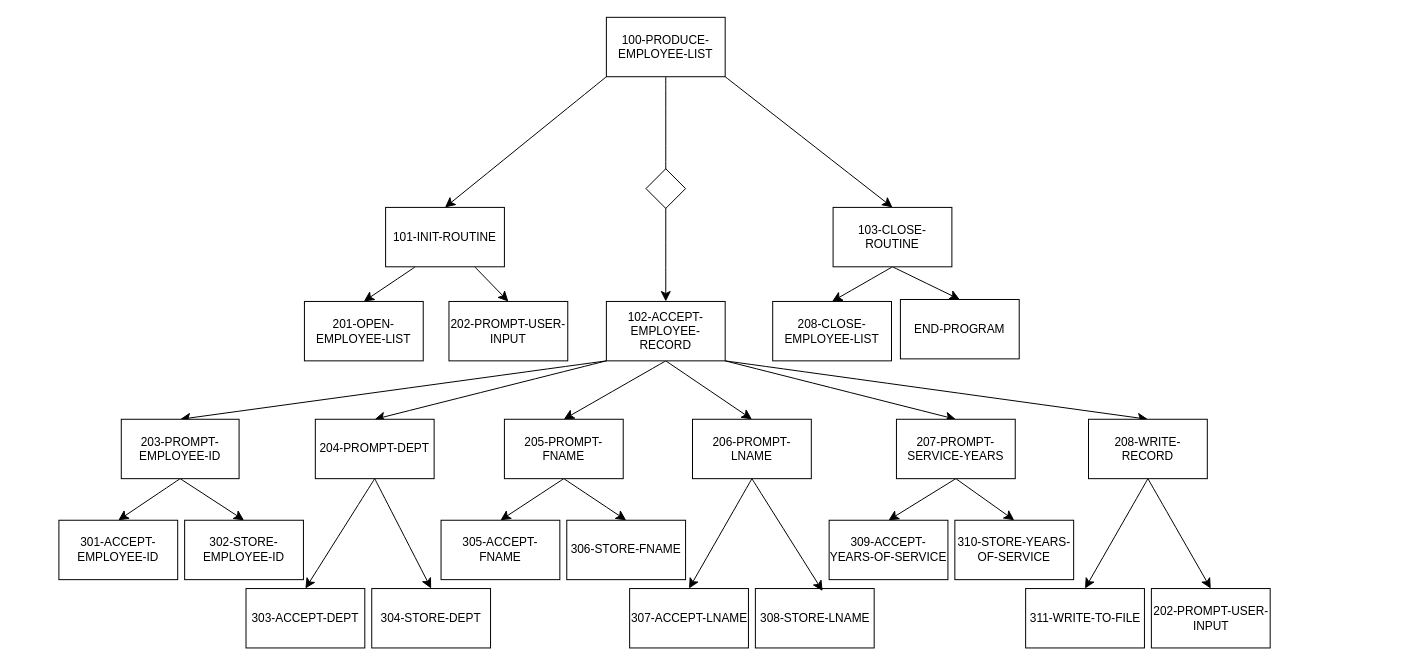
Earlier version of the draw.io diagram Assignment1 - charts.drawio (Wild-Things/Cobol-Flowcharts-a1). Source tidied: cells renumbered, new cells numbered last; positions are measured from the earlier drawing's top-left corner, leaving out a move shared by most shapes. Both pictures are drawn from the tidied source at 99%, with x=0, y=0 at pixel (58, 17).
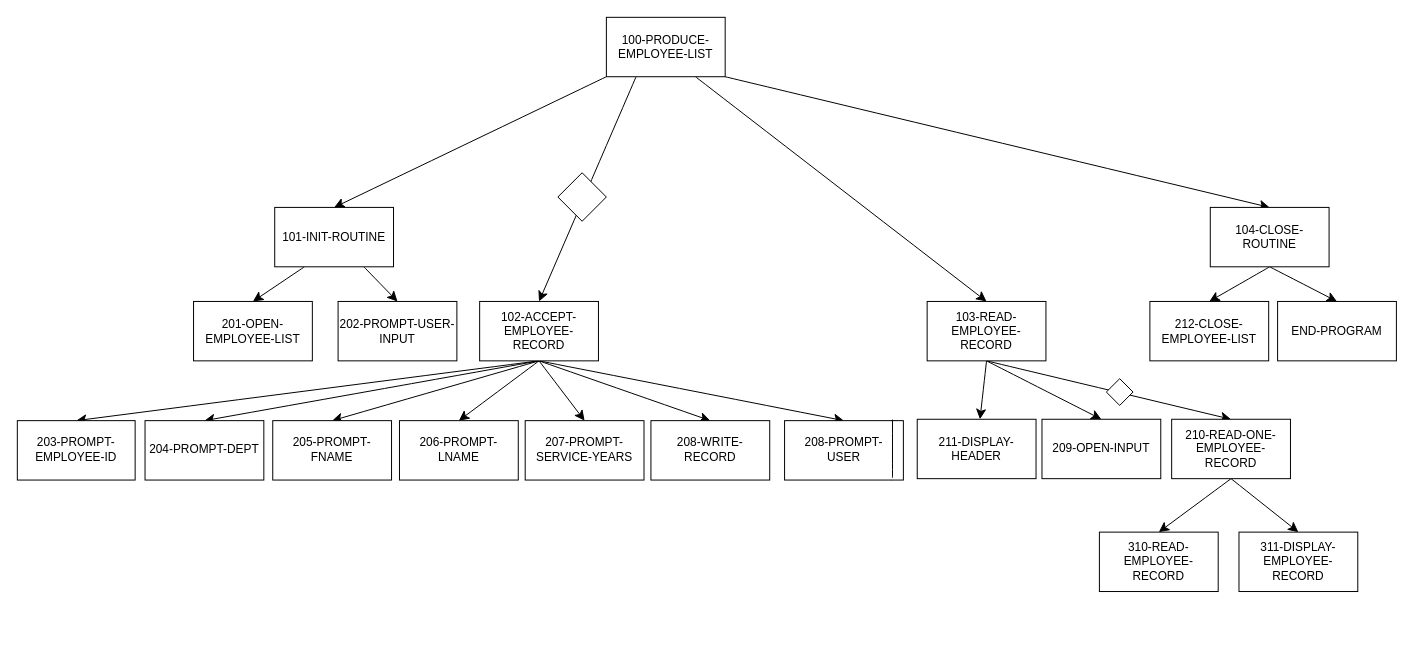
After the change.

Unchanged cells that the change refers to:
```xml
<mxCell id="5" value="&lt;div&gt;100-PRODUCE-EMPLOYEE-LIST&lt;/div&gt;" style="rounded=0;whiteSpace=wrap;html=1;" parent="1" vertex="1">
  <mxGeometry x="553" width="120" height="60" as="geometry" />
</mxCell>
```

Change to the diagram source:
```diff
@@
+    <mxCell id="4" style="edgeStyle=none;curved=1;rounded=0;jettySize=auto;html=1;exitX=1;exitY=1;exitDx=0;exitDy=0;entryX=0.5;entryY=0;entryDx=0;entryDy=0;fontSize=12;startSize=8;endSize=8;" parent="1" edge="1" source="5" target="18">
+      <mxGeometry relative="1" as="geometry" />
+    </mxCell>
-    <mxCell id="3" style="edgeStyle=none;curved=1;rounded=0;jettySize=auto;html=1;fontSize=12;startSize=8;endSize=8;exitX=0.5;exitY=1;exitDx=0;exitDy=0;entryX=0.5;entryY=0;entryDx=0;entryDy=0;" parent="1" edge="1" source="5" target="15">
+    <mxCell id="3" style="edgeStyle=none;curved=1;rounded=0;jettySize=auto;html=1;exitX=0.25;exitY=1;exitDx=0;exitDy=0;entryX=0.5;entryY=0;entryDx=0;entryDy=0;fontSize=12;startSize=8;endSize=8;" parent="1" edge="1" source="5" target="15">
       <mxGeometry relative="1" as="geometry" />
     </mxCell>
-    <mxCell id="4" style="edgeStyle=none;curved=1;rounded=0;jettySize=auto;html=1;exitX=1;exitY=1;exitDx=0;exitDy=0;entryX=0.5;entryY=0;entryDx=0;entryDy=0;fontSize=12;startSize=8;endSize=8;" parent="1" edge="1" source="5" target="18">
-      <mxGeometry relative="1" as="geometry" />
-    </mxCell>
+    <mxCell id="54" style="edgeStyle=none;curved=1;rounded=0;jettySize=auto;html=1;exitX=0.75;exitY=1;exitDx=0;exitDy=0;entryX=0.5;entryY=0;entryDx=0;entryDy=0;fontSize=12;startSize=8;endSize=8;" parent="1" edge="1" source="5" target="59">
+      <mxGeometry relative="1" as="geometry" />
+    </mxCell>
@@
     <mxCell id="8" value="&lt;div&gt;101-INIT-ROUTINE&lt;/div&gt;" style="rounded=0;whiteSpace=wrap;html=1;" parent="1" vertex="1">
-      <mxGeometry x="330" y="192" width="120" height="60" as="geometry" />
+      <mxGeometry x="218" y="192" width="120" height="60" as="geometry" />
     </mxCell>
+    <mxCell id="13" style="edgeStyle=none;curved=1;rounded=0;jettySize=auto;html=1;exitX=0.5;exitY=1;exitDx=0;exitDy=0;entryX=0.5;entryY=0;entryDx=0;entryDy=0;fontSize=12;startSize=8;endSize=8;" parent="1" edge="1" source="15" target="31">
+      <mxGeometry relative="1" as="geometry" />
+    </mxCell>
+    <mxCell id="14" style="edgeStyle=none;curved=1;rounded=0;jettySize=auto;html=1;exitX=0.5;exitY=1;exitDx=0;exitDy=0;entryX=0.5;entryY=0;entryDx=0;entryDy=0;fontSize=12;startSize=8;endSize=8;" parent="1" edge="1" source="15" target="34">
+      <mxGeometry relative="1" as="geometry" />
+    </mxCell>
-    <mxCell id="9" style="edgeStyle=none;curved=1;rounded=0;jettySize=auto;html=1;exitX=0;exitY=1;exitDx=0;exitDy=0;entryX=0.5;entryY=0;entryDx=0;entryDy=0;fontSize=12;startSize=8;endSize=8;" parent="1" edge="1" source="15" target="24">
+    <mxCell id="9" style="edgeStyle=none;curved=1;rounded=0;jettySize=auto;html=1;exitX=0.5;exitY=1;exitDx=0;exitDy=0;entryX=0.5;entryY=0;entryDx=0;entryDy=0;fontSize=12;startSize=8;endSize=8;" parent="1" edge="1" source="15" target="24">
       <mxGeometry relative="1" as="geometry" />
     </mxCell>
+    <mxCell id="12" style="edgeStyle=none;curved=1;rounded=0;jettySize=auto;html=1;exitX=0.5;exitY=1;exitDx=0;exitDy=0;entryX=0.5;entryY=0;entryDx=0;entryDy=0;fontSize=12;startSize=8;endSize=8;" parent="1" edge="1" source="15" target="29">
+      <mxGeometry relative="1" as="geometry" />
+    </mxCell>
-    <mxCell id="10" style="edgeStyle=none;curved=1;rounded=0;jettySize=auto;html=1;exitX=1;exitY=1;exitDx=0;exitDy=0;entryX=0.5;entryY=0;entryDx=0;entryDy=0;fontSize=12;startSize=8;endSize=8;" parent="1" edge="1" source="15" target="37">
+    <mxCell id="10" style="edgeStyle=none;curved=1;rounded=0;jettySize=auto;html=1;exitX=0.5;exitY=1;exitDx=0;exitDy=0;entryX=0.5;entryY=0;entryDx=0;entryDy=0;fontSize=12;startSize=8;endSize=8;" parent="1" edge="1" source="15" target="37">
       <mxGeometry relative="1" as="geometry" />
     </mxCell>
-    <mxCell id="11" style="edgeStyle=none;curved=1;rounded=0;jettySize=auto;html=1;exitX=1;exitY=1;exitDx=0;exitDy=0;entryX=0.5;entryY=0;entryDx=0;entryDy=0;fontSize=12;startSize=8;endSize=8;" parent="1" edge="1" source="15" target="42">
+    <mxCell id="11" style="edgeStyle=none;curved=1;rounded=0;jettySize=auto;html=1;exitX=0.5;exitY=1;exitDx=0;exitDy=0;entryX=0.5;entryY=0;entryDx=0;entryDy=0;fontSize=12;startSize=8;endSize=8;" parent="1" edge="1" source="15" target="42">
       <mxGeometry relative="1" as="geometry" />
     </mxCell>
-    <mxCell id="12" style="edgeStyle=none;curved=1;rounded=0;jettySize=auto;html=1;exitX=0;exitY=1;exitDx=0;exitDy=0;entryX=0.5;entryY=0;entryDx=0;entryDy=0;fontSize=12;startSize=8;endSize=8;" parent="1" edge="1" source="15" target="29">
-      <mxGeometry relative="1" as="geometry" />
-    </mxCell>
-    <mxCell id="13" style="edgeStyle=none;curved=1;rounded=0;jettySize=auto;html=1;exitX=0.5;exitY=1;exitDx=0;exitDy=0;entryX=0.5;entryY=0;entryDx=0;entryDy=0;fontSize=12;startSize=8;endSize=8;" parent="1" edge="1" source="15" target="31">
-      <mxGeometry relative="1" as="geometry" />
-    </mxCell>
-    <mxCell id="14" style="edgeStyle=none;curved=1;rounded=0;jettySize=auto;html=1;exitX=0.5;exitY=1;exitDx=0;exitDy=0;entryX=0.5;entryY=0;entryDx=0;entryDy=0;fontSize=12;startSize=8;endSize=8;" parent="1" edge="1" source="15" target="34">
-      <mxGeometry relative="1" as="geometry" />
-    </mxCell>
+    <mxCell id="55" style="edgeStyle=none;curved=1;rounded=0;jettySize=auto;html=1;exitX=0.5;exitY=1;exitDx=0;exitDy=0;entryX=0.5;entryY=0;entryDx=0;entryDy=0;fontSize=12;startSize=8;endSize=8;" parent="1" edge="1" source="15" target="69">
+      <mxGeometry relative="1" as="geometry" />
+    </mxCell>
     <mxCell id="15" value="&lt;div&gt;102-ACCEPT-EMPLOYEE-RECORD&lt;/div&gt;" style="rounded=0;whiteSpace=wrap;html=1;" parent="1" vertex="1">
-      <mxGeometry x="553" y="287" width="120" height="60" as="geometry" />
+      <mxGeometry x="425" y="287" width="120" height="60" as="geometry" />
     </mxCell>
@@
-    <mxCell id="18" value="&lt;div&gt;103-CLOSE-ROUTINE&lt;/div&gt;" style="rounded=0;whiteSpace=wrap;html=1;" parent="1" vertex="1">
-      <mxGeometry x="782" y="192" width="120" height="60" as="geometry" />
+    <mxCell id="18" value="&lt;div&gt;104-CLOSE-ROUTINE&lt;/div&gt;" style="rounded=0;whiteSpace=wrap;html=1;" parent="1" vertex="1">
+      <mxGeometry x="1163" y="192" width="120" height="60" as="geometry" />
     </mxCell>
     <mxCell id="19" value="&lt;div&gt;201-OPEN-EMPLOYEE-LIST&lt;/div&gt;" style="rounded=0;whiteSpace=wrap;html=1;" parent="1" vertex="1">
-      <mxGeometry x="248" y="287" width="120" height="60" as="geometry" />
+      <mxGeometry x="136" y="287" width="120" height="60" as="geometry" />
     </mxCell>
     <mxCell id="20" value="&lt;div&gt;202-PROMPT-USER-INPUT&lt;/div&gt;" style="rounded=0;whiteSpace=wrap;html=1;" parent="1" vertex="1">
-      <mxGeometry x="394" y="287" width="120" height="60" as="geometry" />
+      <mxGeometry x="282" y="287" width="120" height="60" as="geometry" />
     </mxCell>
     <mxCell id="21" value="END-PROGRAM" style="rounded=0;whiteSpace=wrap;html=1;" parent="1" vertex="1">
-      <mxGeometry x="850" y="285" width="120" height="60" as="geometry" />
+      <mxGeometry x="1231" y="287" width="120" height="60" as="geometry" />
     </mxCell>
-    <mxCell id="22" style="edgeStyle=none;curved=1;rounded=0;jettySize=auto;html=1;exitX=0.5;exitY=1;exitDx=0;exitDy=0;entryX=0.5;entryY=0;entryDx=0;entryDy=0;fontSize=12;startSize=8;endSize=8;" parent="1" edge="1" source="24" target="38">
-      <mxGeometry relative="1" as="geometry" />
-    </mxCell>
-    <mxCell id="23" style="edgeStyle=none;curved=1;rounded=0;jettySize=auto;html=1;exitX=0.5;exitY=1;exitDx=0;exitDy=0;entryX=0.5;entryY=0;entryDx=0;entryDy=0;fontSize=12;startSize=8;endSize=8;" parent="1" edge="1" source="24" target="39">
-      <mxGeometry relative="1" as="geometry" />
-    </mxCell>
     <mxCell id="24" value="&lt;div&gt;203-PROMPT-EMPLOYEE-ID&lt;/div&gt;" style="rounded=0;whiteSpace=wrap;html=1;" parent="1" vertex="1">
-      <mxGeometry x="63" y="406" width="119" height="60" as="geometry" />
+      <mxGeometry x="-42" y="407.4" width="119" height="60" as="geometry" />
     </mxCell>
-    <mxCell id="25" value="208-CLOSE-EMPLOYEE-LIST" style="rounded=0;whiteSpace=wrap;html=1;" parent="1" vertex="1">
-      <mxGeometry x="721" y="287" width="120" height="60" as="geometry" />
+    <mxCell id="25" value="212-CLOSE-EMPLOYEE-LIST" style="rounded=0;whiteSpace=wrap;html=1;" parent="1" vertex="1">
+      <mxGeometry x="1102" y="287" width="120" height="60" as="geometry" />
     </mxCell>
-    <mxCell id="26" style="rhombus;whiteSpace=wrap;html=1;" parent="1" vertex="1">
-      <mxGeometry x="593" y="153" width="40" height="40" as="geometry" />
-    </mxCell>
-    <mxCell id="27" style="edgeStyle=none;curved=1;rounded=0;jettySize=auto;html=1;exitX=0.5;exitY=1;exitDx=0;exitDy=0;entryX=0.5;entryY=0;entryDx=0;entryDy=0;fontSize=12;startSize=8;endSize=8;" parent="1" edge="1" source="29" target="43">
-      <mxGeometry relative="1" as="geometry" />
-    </mxCell>
-    <mxCell id="28" style="edgeStyle=none;curved=1;rounded=0;jettySize=auto;html=1;exitX=0.5;exitY=1;exitDx=0;exitDy=0;entryX=0.5;entryY=0;entryDx=0;entryDy=0;fontSize=12;startSize=8;endSize=8;" parent="1" edge="1" source="29" target="44">
-      <mxGeometry relative="1" as="geometry" />
-    </mxCell>
     <mxCell id="29" value="&lt;div&gt;204-PROMPT-DEPT&lt;/div&gt;" style="rounded=0;whiteSpace=wrap;html=1;" parent="1" vertex="1">
-      <mxGeometry x="259" y="406" width="120" height="60" as="geometry" />
+      <mxGeometry x="87" y="407.4" width="120" height="60" as="geometry" />
     </mxCell>
-    <mxCell id="30" style="edgeStyle=none;curved=1;rounded=0;jettySize=auto;html=1;exitX=0.5;exitY=1;exitDx=0;exitDy=0;entryX=0.5;entryY=0;entryDx=0;entryDy=0;fontSize=12;startSize=8;endSize=8;" parent="1" edge="1" source="31" target="47">
-      <mxGeometry relative="1" as="geometry" />
-    </mxCell>
     <mxCell id="31" value="&lt;div&gt;206-PROMPT-LNAME&lt;/div&gt;" style="rounded=0;whiteSpace=wrap;html=1;" parent="1" vertex="1">
-      <mxGeometry x="640" y="406" width="120" height="60" as="geometry" />
+      <mxGeometry x="344" y="407.4" width="120" height="60" as="geometry" />
     </mxCell>
-    <mxCell id="32" style="edgeStyle=none;curved=1;rounded=0;jettySize=auto;html=1;exitX=0.5;exitY=1;exitDx=0;exitDy=0;entryX=0.5;entryY=0;entryDx=0;entryDy=0;fontSize=12;startSize=8;endSize=8;" parent="1" edge="1" source="34" target="45">
-      <mxGeometry relative="1" as="geometry" />
-    </mxCell>
-    <mxCell id="33" style="edgeStyle=none;curved=1;rounded=0;jettySize=auto;html=1;exitX=0.5;exitY=1;exitDx=0;exitDy=0;entryX=0.5;entryY=0;entryDx=0;entryDy=0;fontSize=12;startSize=8;endSize=8;" parent="1" edge="1" source="34" target="46">
-      <mxGeometry relative="1" as="geometry" />
-    </mxCell>
     <mxCell id="34" value="&lt;div&gt;205-PROMPT-FNAME&lt;/div&gt;" style="rounded=0;whiteSpace=wrap;html=1;" parent="1" vertex="1">
-      <mxGeometry x="450" y="406" width="120" height="60" as="geometry" />
+      <mxGeometry x="216" y="407.4" width="120" height="60" as="geometry" />
     </mxCell>
-    <mxCell id="35" style="edgeStyle=none;curved=1;rounded=0;jettySize=auto;html=1;exitX=0.5;exitY=1;exitDx=0;exitDy=0;entryX=0.5;entryY=0;entryDx=0;entryDy=0;fontSize=12;startSize=8;endSize=8;" parent="1" edge="1" source="37" target="49">
-      <mxGeometry relative="1" as="geometry" />
-    </mxCell>
-    <mxCell id="36" style="edgeStyle=none;curved=1;rounded=0;jettySize=auto;html=1;exitX=0.5;exitY=1;exitDx=0;exitDy=0;entryX=0.5;entryY=0;entryDx=0;entryDy=0;fontSize=12;startSize=8;endSize=8;" parent="1" edge="1" source="37" target="50">
-      <mxGeometry relative="1" as="geometry" />
-    </mxCell>
     <mxCell id="37" value="&lt;div&gt;207-PROMPT-SERVICE-YEARS&lt;/div&gt;" style="rounded=0;whiteSpace=wrap;html=1;" parent="1" vertex="1">
-      <mxGeometry x="846" y="406" width="120" height="60" as="geometry" />
+      <mxGeometry x="471" y="407.4" width="120" height="60" as="geometry" />
     </mxCell>
-    <mxCell id="38" value="&lt;div&gt;301-ACCEPT-EMPLOYEE-ID&lt;/div&gt;" style="rounded=0;whiteSpace=wrap;html=1;" parent="1" vertex="1">
-      <mxGeometry y="508" width="120" height="60" as="geometry" />
-    </mxCell>
-    <mxCell id="39" value="&lt;div&gt;302-STORE-EMPLOYEE-ID&lt;/div&gt;" style="rounded=0;whiteSpace=wrap;html=1;" parent="1" vertex="1">
-      <mxGeometry x="127" y="508" width="120" height="60" as="geometry" />
-    </mxCell>
-    <mxCell id="40" style="edgeStyle=none;curved=1;rounded=0;jettySize=auto;html=1;exitX=0.5;exitY=1;exitDx=0;exitDy=0;entryX=0.5;entryY=0;entryDx=0;entryDy=0;fontSize=12;startSize=8;endSize=8;" parent="1" edge="1" source="42" target="51">
-      <mxGeometry relative="1" as="geometry" />
-    </mxCell>
-    <mxCell id="41" style="edgeStyle=none;curved=1;rounded=0;jettySize=auto;html=1;exitX=0.5;exitY=1;exitDx=0;exitDy=0;entryX=0.5;entryY=0;entryDx=0;entryDy=0;fontSize=12;startSize=8;endSize=8;" parent="1" edge="1" source="42" target="52">
-      <mxGeometry relative="1" as="geometry" />
-    </mxCell>
     <mxCell id="42" value="&lt;div&gt;208-WRITE-RECORD&lt;/div&gt;" style="rounded=0;whiteSpace=wrap;html=1;" parent="1" vertex="1">
-      <mxGeometry x="1040" y="406" width="120" height="60" as="geometry" />
+      <mxGeometry x="598" y="407.4" width="120" height="60" as="geometry" />
     </mxCell>
-    <mxCell id="43" value="&lt;div&gt;303-ACCEPT-DEPT&lt;/div&gt;" style="rounded=0;whiteSpace=wrap;html=1;" parent="1" vertex="1">
-      <mxGeometry x="189" y="577" width="120" height="60" as="geometry" />
-    </mxCell>
-    <mxCell id="44" value="304-STORE-DEPT" style="rounded=0;whiteSpace=wrap;html=1;" parent="1" vertex="1">
-      <mxGeometry x="316" y="577" width="120" height="60" as="geometry" />
-    </mxCell>
-    <mxCell id="45" value="305-ACCEPT-FNAME" style="rounded=0;whiteSpace=wrap;html=1;" parent="1" vertex="1">
-      <mxGeometry x="386" y="508" width="120" height="60" as="geometry" />
-    </mxCell>
-    <mxCell id="46" value="306-STORE-FNAME" style="rounded=0;whiteSpace=wrap;html=1;" parent="1" vertex="1">
-      <mxGeometry x="513" y="508" width="120" height="60" as="geometry" />
-    </mxCell>
-    <mxCell id="47" value="307-ACCEPT-LNAME" style="rounded=0;whiteSpace=wrap;html=1;" parent="1" vertex="1">
-      <mxGeometry x="576.5" y="577" width="120" height="60" as="geometry" />
-    </mxCell>
-    <mxCell id="48" value="308-STORE-LNAME" style="rounded=0;whiteSpace=wrap;html=1;" parent="1" vertex="1">
-      <mxGeometry x="703.5" y="577" width="120" height="60" as="geometry" />
-    </mxCell>
-    <mxCell id="49" value="309-ACCEPT-YEARS-OF-SERVICE" style="rounded=0;whiteSpace=wrap;html=1;" parent="1" vertex="1">
-      <mxGeometry x="778" y="508" width="120" height="60" as="geometry" />
-    </mxCell>
-    <mxCell id="50" value="310-STORE-YEARS-OF-SERVICE" style="rounded=0;whiteSpace=wrap;html=1;" parent="1" vertex="1">
-      <mxGeometry x="905" y="508" width="120" height="60" as="geometry" />
-    </mxCell>
-    <mxCell id="51" value="311-WRITE-TO-FILE" style="rounded=0;whiteSpace=wrap;html=1;" parent="1" vertex="1">
-      <mxGeometry x="976.5" y="577" width="120" height="60" as="geometry" />
-    </mxCell>
-    <mxCell id="52" value="202-PROMPT-USER-INPUT" style="rounded=0;whiteSpace=wrap;html=1;" parent="1" vertex="1">
-      <mxGeometry x="1103.5" y="577" width="120" height="60" as="geometry" />
-    </mxCell>
-    <mxCell id="53" style="edgeStyle=none;curved=1;rounded=0;jettySize=auto;html=1;exitX=0.5;exitY=1;exitDx=0;exitDy=0;entryX=0.566;entryY=0.042;entryDx=0;entryDy=0;entryPerimeter=0;fontSize=12;startSize=8;endSize=8;" parent="1" edge="1" source="31" target="48">
-      <mxGeometry relative="1" as="geometry" />
-    </mxCell>
+    <mxCell id="56" style="edgeStyle=none;curved=1;rounded=0;jettySize=auto;html=1;exitX=0.5;exitY=1;exitDx=0;exitDy=0;entryX=0.5;entryY=0;entryDx=0;entryDy=0;fontSize=12;startSize=8;endSize=8;" parent="1" edge="1" source="59" target="60">
+      <mxGeometry relative="1" as="geometry" />
+    </mxCell>
+    <mxCell id="57" style="edgeStyle=none;curved=1;rounded=0;jettySize=auto;html=1;exitX=0.5;exitY=1;exitDx=0;exitDy=0;entryX=0.5;entryY=0;entryDx=0;entryDy=0;fontSize=12;startSize=8;endSize=8;" parent="1" edge="1" source="59" target="63">
+      <mxGeometry relative="1" as="geometry" />
+    </mxCell>
+    <mxCell id="58" style="edgeStyle=none;curved=1;rounded=0;jettySize=auto;html=1;exitX=0.5;exitY=1;exitDx=0;exitDy=0;fontSize=12;startSize=8;endSize=8;" parent="1" edge="1" source="59" target="71">
+      <mxGeometry relative="1" as="geometry" />
+    </mxCell>
+    <mxCell id="59" value="&lt;div&gt;103-READ-EMPLOYEE-RECORD&lt;/div&gt;" style="rounded=0;whiteSpace=wrap;html=1;" parent="1" vertex="1">
+      <mxGeometry x="877" y="287" width="120" height="60" as="geometry" />
+    </mxCell>
+    <mxCell id="60" value="&lt;div&gt;209-OPEN-INPUT&lt;/div&gt;" style="rounded=0;whiteSpace=wrap;html=1;" parent="1" vertex="1">
+      <mxGeometry x="993" y="406" width="120" height="60" as="geometry" />
+    </mxCell>
+    <mxCell id="61" style="edgeStyle=none;curved=1;rounded=0;jettySize=auto;html=1;exitX=0.5;exitY=1;exitDx=0;exitDy=0;entryX=0.5;entryY=0;entryDx=0;entryDy=0;fontSize=12;startSize=8;endSize=8;" parent="1" edge="1" source="63" target="64">
+      <mxGeometry relative="1" as="geometry" />
+    </mxCell>
+    <mxCell id="62" style="edgeStyle=none;curved=1;rounded=0;jettySize=auto;html=1;exitX=0.5;exitY=1;exitDx=0;exitDy=0;entryX=0.5;entryY=0;entryDx=0;entryDy=0;fontSize=12;startSize=8;endSize=8;" parent="1" edge="1" source="63" target="65">
+      <mxGeometry relative="1" as="geometry" />
+    </mxCell>
+    <mxCell id="63" value="&lt;div&gt;210-READ-ONE-EMPLOYEE-RECORD&lt;/div&gt;" style="rounded=0;whiteSpace=wrap;html=1;" parent="1" vertex="1">
+      <mxGeometry x="1124" y="406" width="120" height="60" as="geometry" />
+    </mxCell>
+    <mxCell id="64" value="&lt;div&gt;310-READ-EMPLOYEE-RECORD&lt;/div&gt;" style="rounded=0;whiteSpace=wrap;html=1;" parent="1" vertex="1">
+      <mxGeometry x="1051" y="520" width="120" height="60" as="geometry" />
+    </mxCell>
+    <mxCell id="65" value="&lt;div&gt;311-DISPLAY-EMPLOYEE-RECORD&lt;/div&gt;" style="rounded=0;whiteSpace=wrap;html=1;" parent="1" vertex="1">
+      <mxGeometry x="1192" y="520" width="120" height="60" as="geometry" />
+    </mxCell>
+    <mxCell id="66" style="endArrow=none;html=1;rounded=0;fontSize=12;startSize=8;endSize=8;curved=1;entryX=0.892;entryY=-0.023;entryDx=0;entryDy=0;entryPerimeter=0;" parent="1" edge="1">
+      <mxGeometry relative="1" as="geometry">
+        <mxPoint x="841" y="467.6" as="sourcePoint" />
+        <mxPoint x="841" y="407.2" as="targetPoint" />
+      </mxGeometry>
+    </mxCell>
+    <mxCell id="67" style="rhombus;whiteSpace=wrap;html=1;" parent="1" vertex="1">
+      <mxGeometry x="1058" y="365" width="27" height="27" as="geometry" />
+    </mxCell>
+    <mxCell id="68" style="rhombus;whiteSpace=wrap;html=1;" parent="1" vertex="1">
+      <mxGeometry x="504" y="157" width="49" height="49" as="geometry" />
+    </mxCell>
+    <mxCell id="69" value="&lt;div&gt;208-PROMPT-&lt;/div&gt;&lt;div&gt;USER&lt;/div&gt;" style="rounded=0;whiteSpace=wrap;html=1;" parent="1" vertex="1">
+      <mxGeometry x="733" y="407.4" width="120" height="60" as="geometry" />
+    </mxCell>
+    <mxCell id="70" style="endArrow=none;html=1;rounded=0;fontSize=12;startSize=8;endSize=8;curved=1;" parent="1" edge="1">
+      <mxGeometry relative="1" as="geometry">
+        <mxPoint x="842" y="465" as="sourcePoint" />
+        <mxPoint x="842" y="406.4" as="targetPoint" />
+      </mxGeometry>
+    </mxCell>
+    <mxCell id="71" value="211-DISPLAY-HEADER" style="rounded=0;whiteSpace=wrap;html=1;" parent="1" vertex="1">
+      <mxGeometry x="867" y="406" width="120" height="60" as="geometry" />
+    </mxCell>
```
